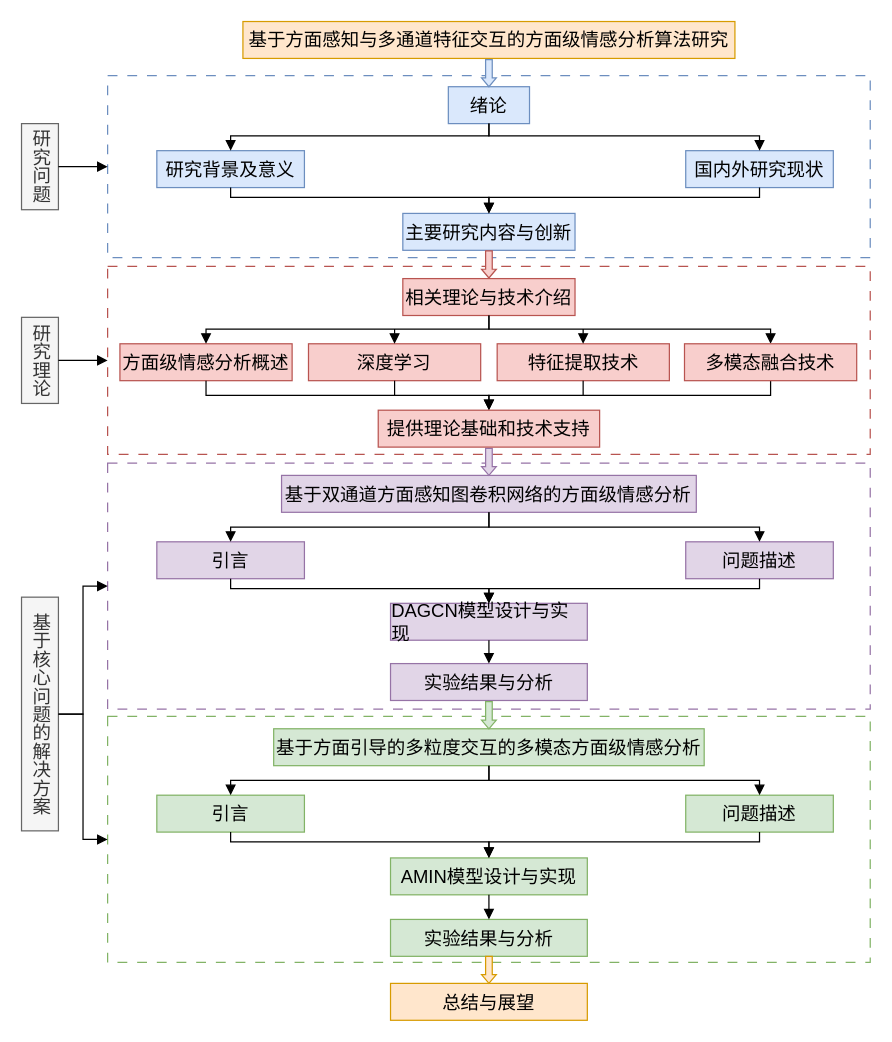
This is machine-learning/organizationStructure.drawio from zhaicao/images, a draw.io file, before an edit. Source tidied: cells renumbered, new cells numbered last; positions are measured from the earlier drawing's top-left corner, leaving out a move shared by most shapes. Both pictures are drawn from the tidied source at 123%, with x=0, y=0 at pixel (21, 21).
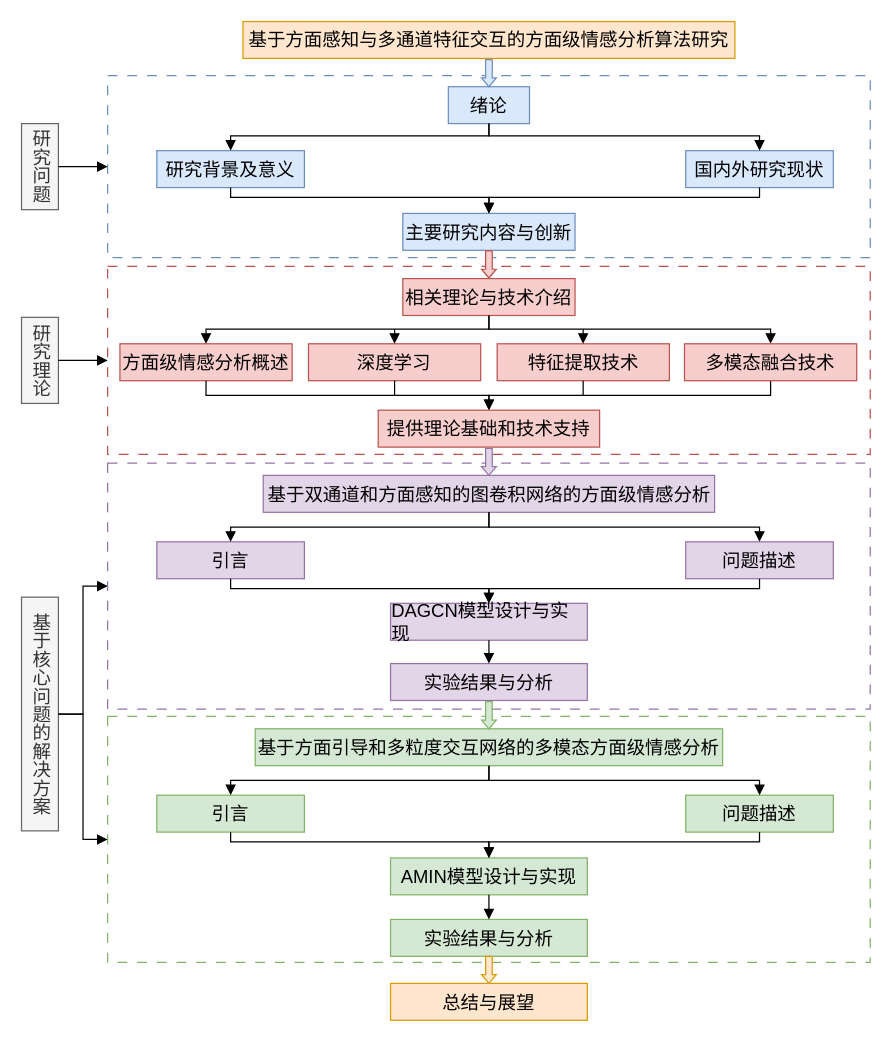
After the change.

Change to the diagram source:
```diff
@@
-    <mxCell id="14" value="&lt;div style=&quot;text-align: left;&quot;&gt;&lt;span style=&quot;background-color: transparent; color: light-dark(rgb(0, 0, 0), rgb(255, 255, 255));&quot;&gt;&lt;font face=&quot;黑体&quot;&gt;基于双通道方面感知图卷积网络的方面级情感分析&lt;/font&gt;&lt;/span&gt;&lt;/div&gt;" style="rounded=0;whiteSpace=wrap;html=1;fontSize=15;fillColor=#e1d5e7;strokeColor=#9673a6;" parent="1" vertex="1">
-      <mxGeometry x="211.4" y="369" width="337.2" height="30" as="geometry" />
+    <mxCell id="14" value="&lt;div style=&quot;text-align: left;&quot;&gt;&lt;span style=&quot;background-color: transparent; color: light-dark(rgb(0, 0, 0), rgb(255, 255, 255));&quot;&gt;&lt;font face=&quot;黑体&quot;&gt;基于双通道和方面感知的图卷积网络的方面级情感分析&lt;/font&gt;&lt;/span&gt;&lt;/div&gt;" style="rounded=0;whiteSpace=wrap;html=1;fontSize=15;fillColor=#e1d5e7;strokeColor=#9673a6;" parent="1" vertex="1">
+      <mxGeometry x="196.5" y="369" width="367" height="30" as="geometry" />
     </mxCell>
@@
-    <mxCell id="20" value="&lt;div style=&quot;text-align: left;&quot;&gt;&lt;span style=&quot;background-color: transparent; color: light-dark(rgb(0, 0, 0), rgb(255, 255, 255));&quot;&gt;&lt;font face=&quot;黑体&quot;&gt;基于方面引导的多粒度交互的多模态方面级情感分析&lt;/font&gt;&lt;/span&gt;&lt;/div&gt;" style="rounded=0;whiteSpace=wrap;html=1;fontSize=15;fillColor=#d5e8d4;strokeColor=#82b366;" parent="1" vertex="1">
-      <mxGeometry x="205" y="575" width="350" height="30" as="geometry" />
+    <mxCell id="20" value="&lt;div style=&quot;text-align: left;&quot;&gt;&lt;span style=&quot;background-color: transparent; color: light-dark(rgb(0, 0, 0), rgb(255, 255, 255));&quot;&gt;&lt;font face=&quot;黑体&quot;&gt;基于方面引导和多粒度交互网络的多模态方面级情感分析&lt;/font&gt;&lt;/span&gt;&lt;/div&gt;" style="rounded=0;whiteSpace=wrap;html=1;fontSize=15;fillColor=#d5e8d4;strokeColor=#82b366;" parent="1" vertex="1">
+      <mxGeometry x="190" y="575" width="380" height="30" as="geometry" />
     </mxCell>
```
